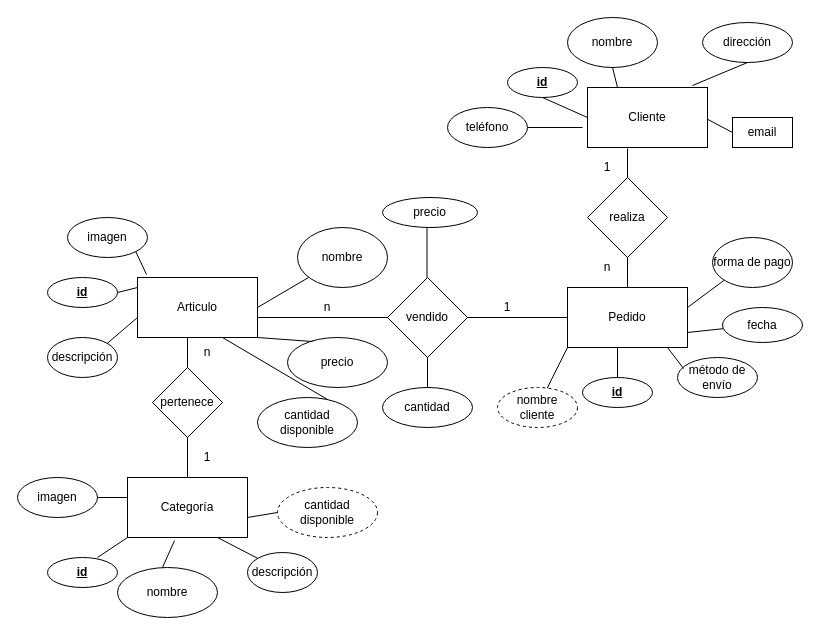
Earlier version of the draw.io diagram Untitled Diagram.drawio (vivianabm/api-alternativo). Source tidied: cells renumbered, new cells numbered last; positions are measured from the earlier drawing's top-left corner, leaving out a move shared by most shapes. Both pictures are drawn from the tidied source at 100%, with x=0, y=0 at pixel (17, 17).
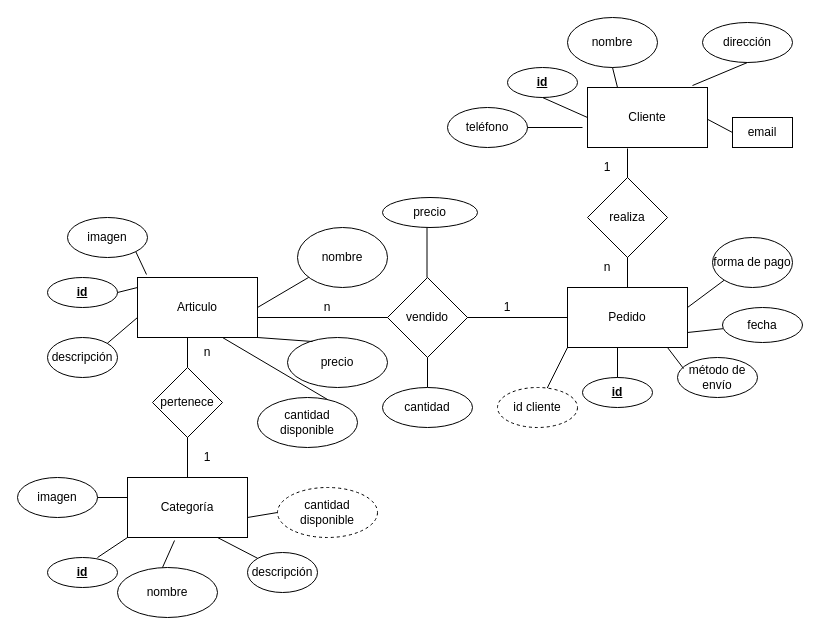
After the change.

The edit, as a diff of the source:
```diff
@@
-    <mxCell id="59" value="nombre cliente" style="ellipse;whiteSpace=wrap;html=1;dashed=1;" parent="1" vertex="1">
+    <mxCell id="59" value="id cliente" style="ellipse;whiteSpace=wrap;html=1;dashed=1;" parent="1" vertex="1">
       <mxGeometry x="480" y="370" width="80" height="40" as="geometry" />
     </mxCell>
```
